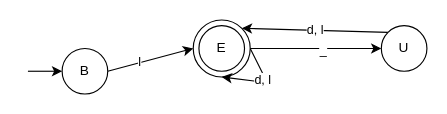
This is Excercise02/4a.drawio from MxBurger/FCW1, a draw.io file, before an edit. Source tidied: cells renumbered, new cells numbered last; positions are measured from the earlier drawing's top-left corner, leaving out a move shared by most shapes. Both pictures are drawn from the tidied source at 114%, with x=0, y=0 at pixel (27, 19).
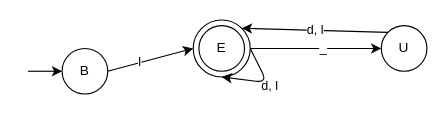
Above is the later version.

Change to the diagram source:
```diff
@@
 <mxGraphModel>
   <root>
     <mxCell id="0" />
     <mxCell id="1" parent="0" />
     <mxCell id="2" style="edgeStyle=none;html=1;exitX=1;exitY=0.5;exitDx=0;exitDy=0;" parent="1" edge="1" source="4">
       <mxGeometry relative="1" as="geometry">
         <mxPoint x="310" y="25" as="targetPoint" />
       </mxGeometry>
     </mxCell>
     <mxCell id="3" value="_" style="edgeLabel;html=1;align=center;verticalAlign=middle;" parent="2" vertex="1">
-      <mxGeometry x="0.09" relative="1" as="geometry" />
+      <mxGeometry x="0.09" relative="1" as="geometry">
+        <mxPoint y="-1" as="offset" />
+      </mxGeometry>
     </mxCell>
     <mxCell id="4" style="ellipse;whiteSpace=wrap;html=1;" parent="1" vertex="1">
       <mxGeometry x="145" width="50" height="50" as="geometry" />
     </mxCell>
     <mxCell id="5" style="edgeStyle=none;html=1;startArrow=classic;startFill=1;endArrow=none;endFill=0;exitX=0;exitY=0.5;exitDx=0;exitDy=0;" parent="1" edge="1" source="8">
       <mxGeometry relative="1" as="geometry">
         <mxPoint y="45" as="targetPoint" />
       </mxGeometry>
     </mxCell>
     <mxCell id="6" style="edgeStyle=none;html=1;exitX=1;exitY=0.5;exitDx=0;exitDy=0;entryX=0;entryY=0.5;entryDx=0;entryDy=0;" parent="1" edge="1" source="8" target="4">
       <mxGeometry relative="1" as="geometry" />
     </mxCell>
     <mxCell id="7" value="l" style="edgeLabel;html=1;align=center;verticalAlign=middle;" parent="6" vertex="1">
       <mxGeometry x="-0.25" y="1" relative="1" as="geometry" />
     </mxCell>
     <mxCell id="8" value="B" style="ellipse;whiteSpace=wrap;html=1;" parent="1" vertex="1">
       <mxGeometry x="30" y="25" width="40" height="40" as="geometry" />
     </mxCell>
     <mxCell id="9" value="E" style="ellipse;whiteSpace=wrap;html=1;" parent="1" vertex="1">
       <mxGeometry x="150" y="5" width="40" height="40" as="geometry" />
     </mxCell>
     <mxCell id="10" style="edgeStyle=none;html=1;exitX=1;exitY=0.5;exitDx=0;exitDy=0;entryX=0.5;entryY=1;entryDx=0;entryDy=0;" parent="1" edge="1" source="4" target="4">
       <mxGeometry relative="1" as="geometry">
         <Array as="points">
           <mxPoint x="210" y="55" />
         </Array>
       </mxGeometry>
     </mxCell>
-    <mxCell id="11" value="d, l" style="edgeLabel;html=1;align=center;verticalAlign=middle;" parent="10" vertex="1">
-      <mxGeometry x="0.04" y="-2" relative="1" as="geometry" />
+    <mxCell id="11" value="d, l" style="edgeLabel;html=1;align=center;verticalAlign=middle;labelBackgroundColor=none;" parent="10" vertex="1">
+      <mxGeometry x="0.04" y="-2" relative="1" as="geometry">
+        <mxPoint x="6" y="5" as="offset" />
+      </mxGeometry>
     </mxCell>
     <mxCell id="12" value="d, l" style="edgeStyle=none;html=1;entryX=1;entryY=0;entryDx=0;entryDy=0;exitX=0;exitY=0;exitDx=0;exitDy=0;" parent="1" edge="1" source="13" target="4">
       <mxGeometry relative="1" as="geometry" />
     </mxCell>
     <mxCell id="13" value="U" style="ellipse;whiteSpace=wrap;html=1;" parent="1" vertex="1">
       <mxGeometry x="310" y="5" width="40" height="40" as="geometry" />
     </mxCell>
   </root>
 </mxGraphModel>
```
